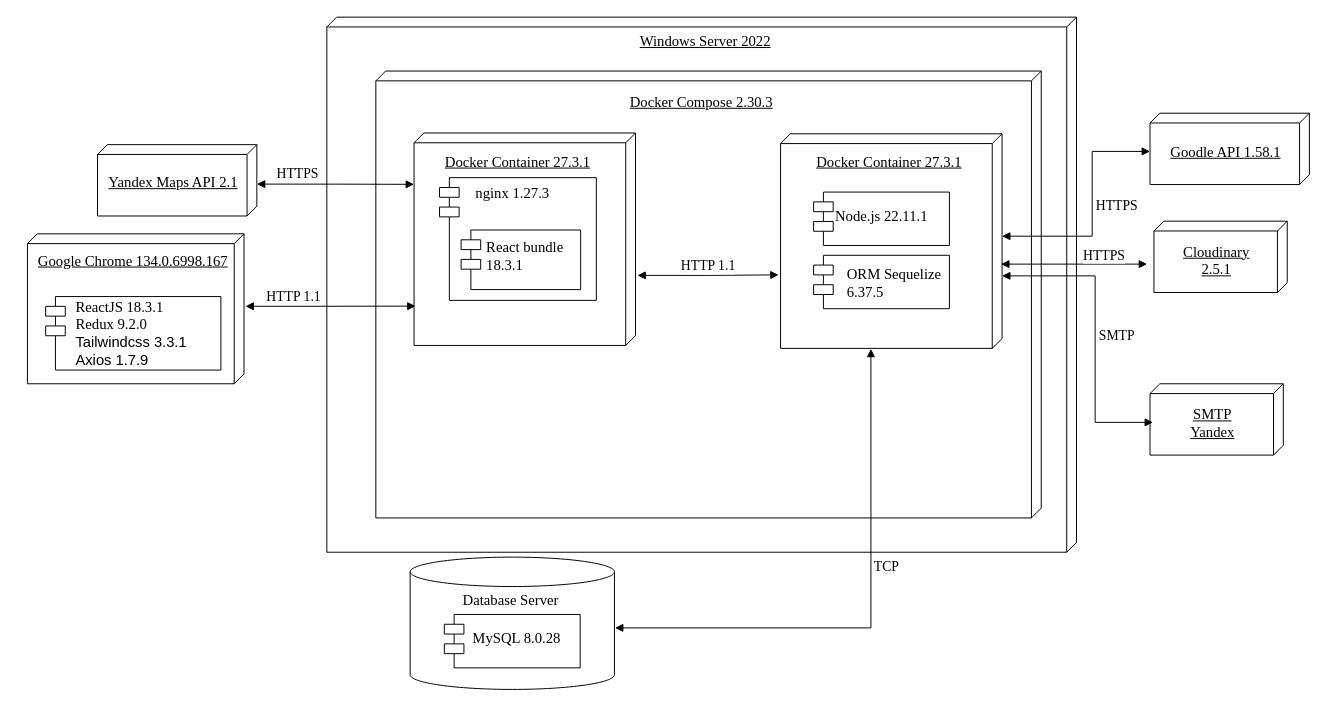
Before: stuff_diploma/razvert_Trubach.drawio in DimaXDD/WasteWise, a draw.io diagram. Source tidied: cells renumbered, new cells numbered last; positions are measured from the earlier drawing's top-left corner, leaving out a move shared by most shapes. Both pictures are drawn from the tidied source at 98%, with x=0, y=0 at pixel (17, 17).
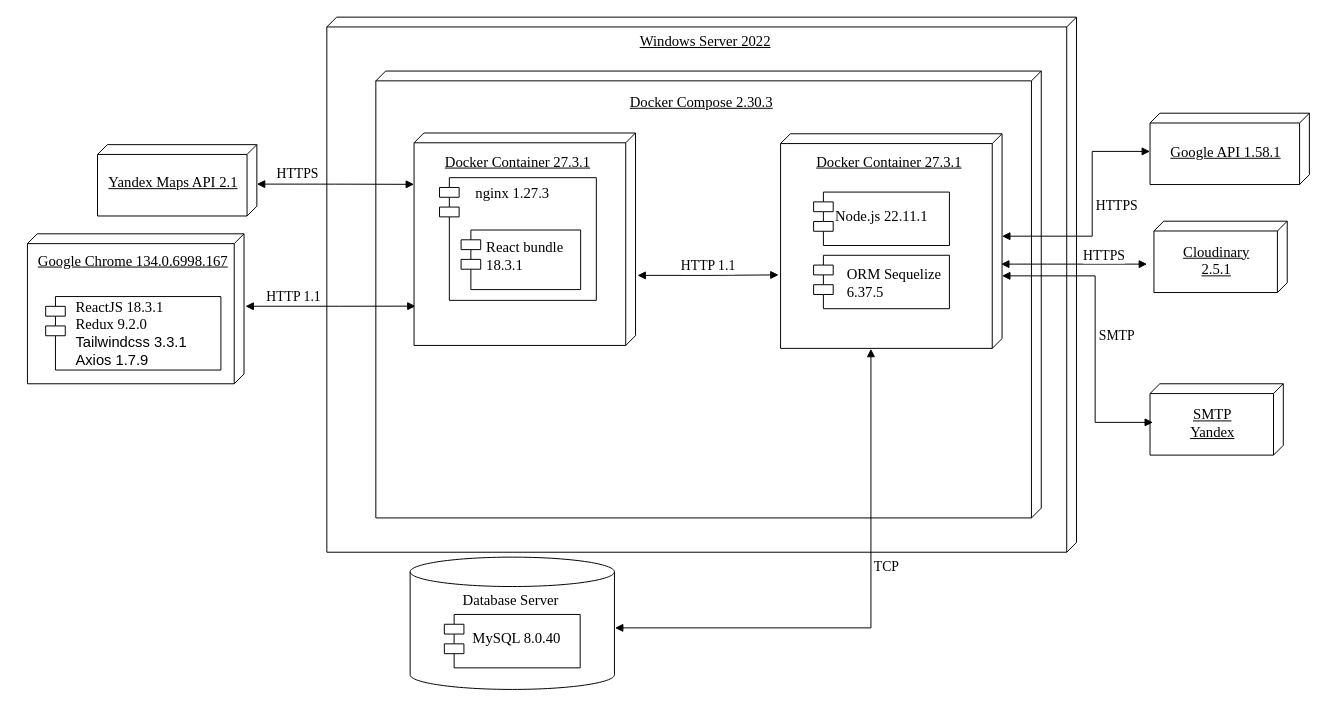
The same page after the edit.

Change to the diagram source:
```diff
@@
-    <mxCell id="20" value="&lt;span style=&quot;font-family: &amp;quot;Times New Roman&amp;quot;; text-align: center;&quot;&gt;&lt;font&gt;MySQL 8.0.28&lt;/font&gt;&lt;/span&gt;" style="text;html=1;align=left;verticalAlign=middle;whiteSpace=wrap;rounded=0;fontSize=15;" parent="1" vertex="1">
+    <mxCell id="20" value="&lt;span style=&quot;font-family: &amp;quot;Times New Roman&amp;quot;; text-align: center;&quot;&gt;&lt;font&gt;MySQL 8.0.40&lt;/font&gt;&lt;/span&gt;" style="text;html=1;align=left;verticalAlign=middle;whiteSpace=wrap;rounded=0;fontSize=15;" parent="1" vertex="1">
       <mxGeometry x="462.8" y="608" width="104.9" height="50" as="geometry" />
     </mxCell>
@@
-    <mxCell id="40" value="&lt;div&gt;&lt;font face=&quot;Times New Roman&quot;&gt;&lt;u&gt;Goodle API 1.58.1&lt;/u&gt;&lt;/font&gt;&lt;/div&gt;" style="text;html=1;align=center;verticalAlign=middle;whiteSpace=wrap;rounded=0;fontSize=15;" parent="1" vertex="1">
+    <mxCell id="40" value="&lt;div&gt;&lt;font face=&quot;Times New Roman&quot;&gt;&lt;u&gt;Google API 1.58.1&lt;/u&gt;&lt;/font&gt;&lt;/div&gt;" style="text;html=1;align=center;verticalAlign=middle;whiteSpace=wrap;rounded=0;fontSize=15;" parent="1" vertex="1">
       <mxGeometry x="1159" y="111" width="148.6" height="52.8" as="geometry" />
     </mxCell>
```
